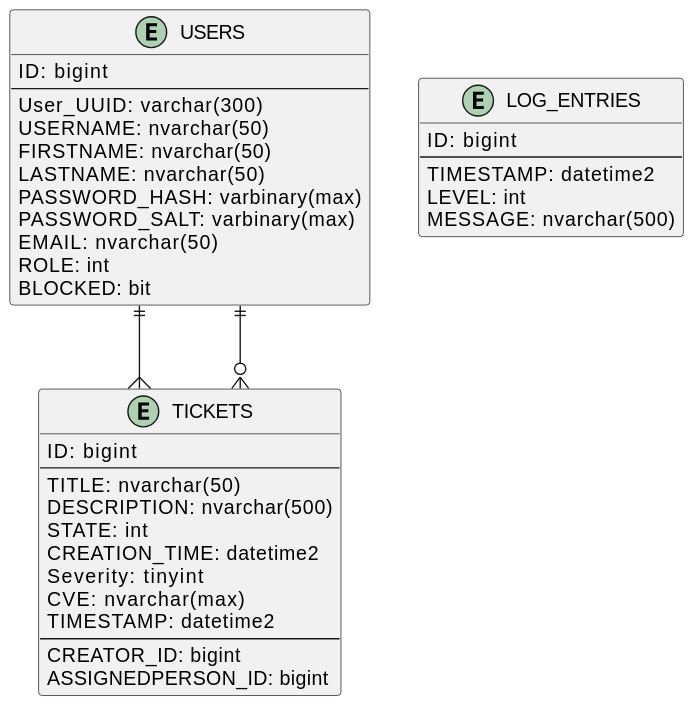
This is doku/UML-SQL.svg from xandau/SIMS-AC-Project, a PlantUML export, as it was before one commit.
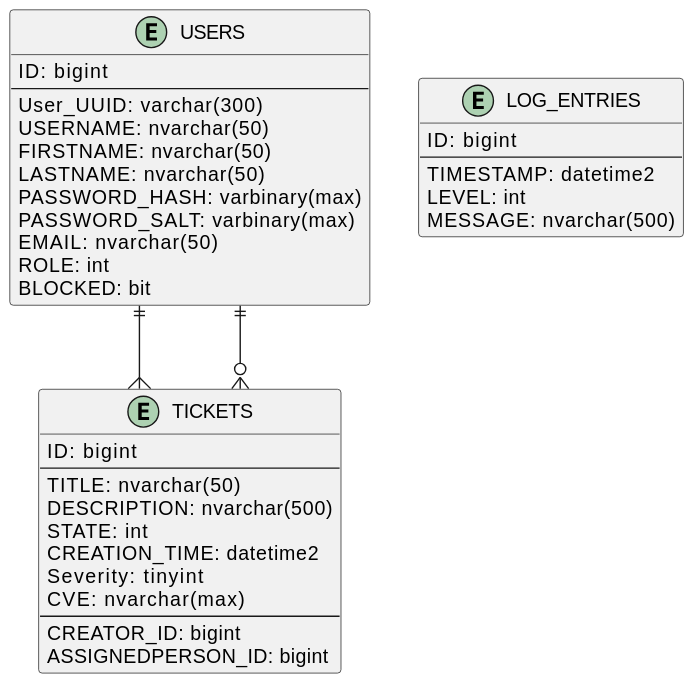
Later version of the same file.

What changed in the source:
```diff
@@ -25,7 +25,6 @@
   CREATION_TIME: datetime2
   Severity: tinyint
   CVE: nvarchar(max)
-  TIMESTAMP: datetime2
   --
   CREATOR_ID: bigint
   ASSIGNEDPERSON_ID: bigint
```
